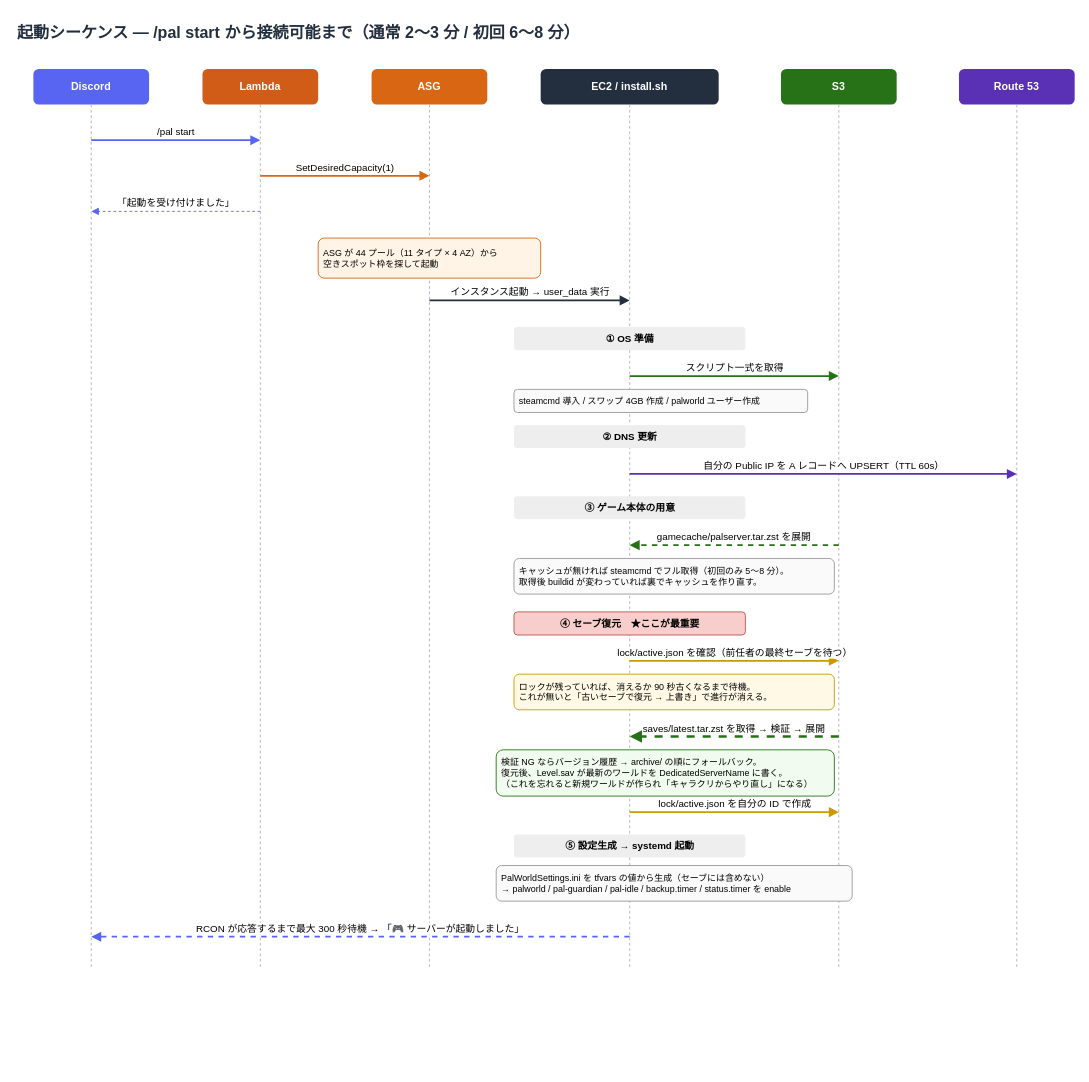
Before: page "起動シーケンス" (1 of 5) of docs/sequence.drawio in azarasi1226/palworld-server, a draw.io diagram. Source tidied: cells renumbered, new cells numbered last; positions are measured from the earlier drawing's top-left corner, leaving out a move shared by most shapes. Both pictures are drawn from the tidied source at 89%, with x=0, y=0 at pixel (15, 15).
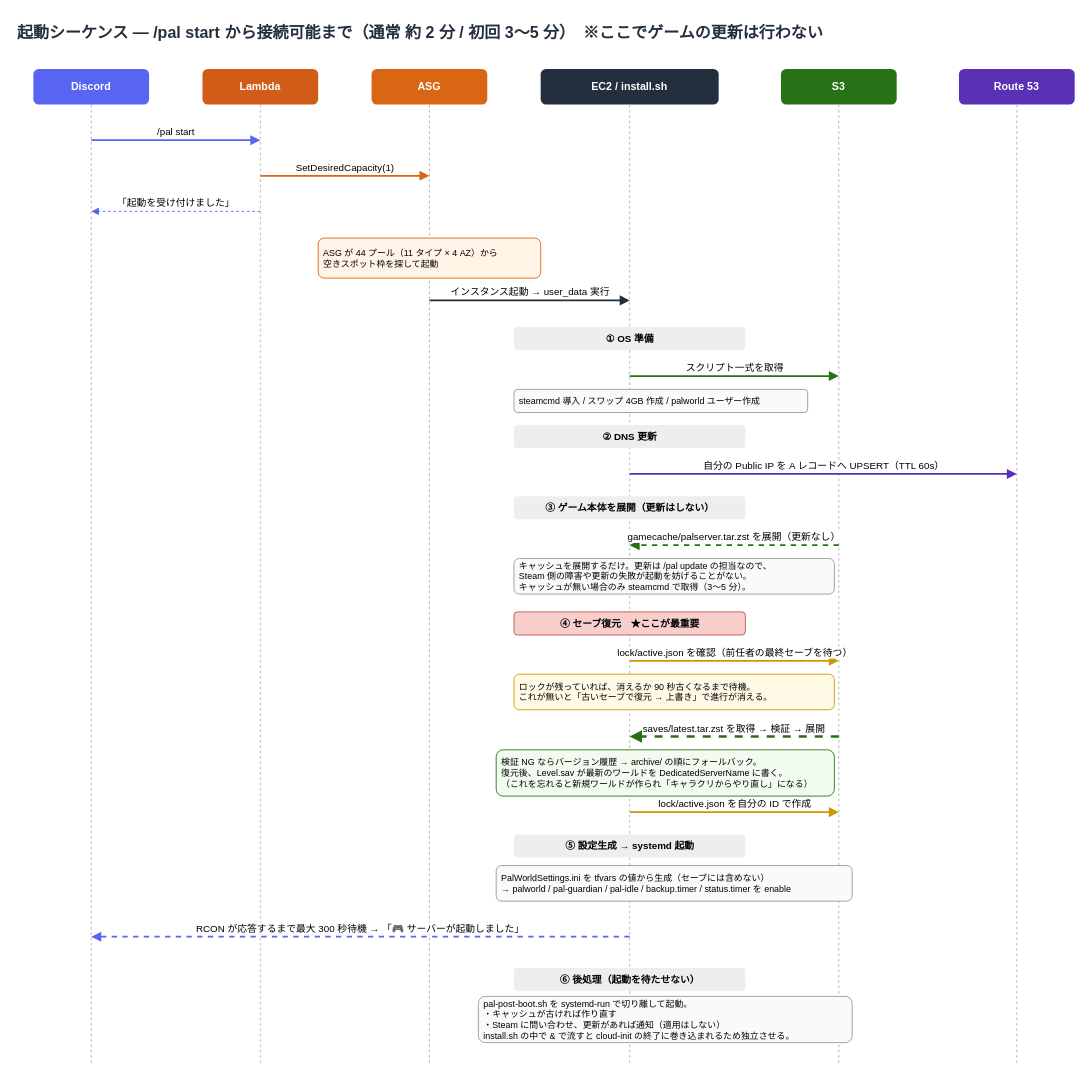
The same page after the edit.

The edit, as a diff of the source:
```diff
@@
-    <mxCell id="2" value="起動シーケンス  ―  /pal start から接続可能まで（通常 2〜3 分 / 初回 6〜8 分）" style="text;html=1;strokeColor=none;fillColor=none;align=left;verticalAlign=middle;fontSize=18;fontStyle=1;fontColor=#232F3E;" parent="1" vertex="1">
+    <mxCell id="2" value="起動シーケンス  ―  /pal start から接続可能まで（通常 約 2 分 / 初回 3〜5 分）　※ここでゲームの更新は行わない" style="text;html=1;strokeColor=none;fillColor=none;align=left;verticalAlign=middle;fontSize=18;fontStyle=1;fontColor=#232F3E;" parent="1" vertex="1">
       <mxGeometry width="900" height="40" as="geometry" />
     </mxCell>
@@
     <mxCell id="9" style="endArrow=none;dashed=1;html=1;strokeColor=#B0B0B0;" parent="1" edge="1">
       <mxGeometry relative="1" as="geometry">
         <mxPoint x="85" y="100" as="sourcePoint" />
-        <mxPoint x="85" y="1070" as="targetPoint" />
+        <mxPoint x="85" y="1180" as="targetPoint" />
       </mxGeometry>
     </mxCell>
     <mxCell id="10" style="endArrow=none;dashed=1;html=1;strokeColor=#B0B0B0;" parent="1" edge="1">
       <mxGeometry relative="1" as="geometry">
         <mxPoint x="275" y="100" as="sourcePoint" />
-        <mxPoint x="275" y="1070" as="targetPoint" />
+        <mxPoint x="275" y="1180" as="targetPoint" />
       </mxGeometry>
     </mxCell>
     <mxCell id="11" style="endArrow=none;dashed=1;html=1;strokeColor=#B0B0B0;" parent="1" edge="1">
       <mxGeometry relative="1" as="geometry">
         <mxPoint x="465" y="100" as="sourcePoint" />
-        <mxPoint x="465" y="1070" as="targetPoint" />
+        <mxPoint x="465" y="1180" as="targetPoint" />
       </mxGeometry>
     </mxCell>
     <mxCell id="12" style="endArrow=none;dashed=1;html=1;strokeColor=#B0B0B0;" parent="1" edge="1">
       <mxGeometry relative="1" as="geometry">
         <mxPoint x="690" y="100" as="sourcePoint" />
-        <mxPoint x="690" y="1070" as="targetPoint" />
+        <mxPoint x="690" y="1180" as="targetPoint" />
       </mxGeometry>
     </mxCell>
     <mxCell id="13" style="endArrow=none;dashed=1;html=1;strokeColor=#B0B0B0;" parent="1" edge="1">
       <mxGeometry relative="1" as="geometry">
         <mxPoint x="925" y="100" as="sourcePoint" />
-        <mxPoint x="925" y="1070" as="targetPoint" />
+        <mxPoint x="925" y="1180" as="targetPoint" />
       </mxGeometry>
     </mxCell>
     <mxCell id="14" style="endArrow=none;dashed=1;html=1;strokeColor=#B0B0B0;" parent="1" edge="1">
       <mxGeometry relative="1" as="geometry">
         <mxPoint x="1125" y="100" as="sourcePoint" />
-        <mxPoint x="1125" y="1070" as="targetPoint" />
+        <mxPoint x="1125" y="1180" as="targetPoint" />
       </mxGeometry>
     </mxCell>
@@
-    <mxCell id="25" value="③ ゲーム本体の用意" style="text;html=1;strokeColor=none;fillColor=#EEEEEE;align=center;verticalAlign=middle;rounded=1;fontSize=11;fontStyle=1;" parent="1" vertex="1">
+    <mxCell id="25" value="③ ゲーム本体を展開（更新はしない）" style="text;html=1;strokeColor=none;fillColor=#EEEEEE;align=center;verticalAlign=middle;rounded=1;fontSize=11;fontStyle=1;" parent="1" vertex="1">
       <mxGeometry x="560" y="540" width="260" height="26" as="geometry" />
     </mxCell>
-    <mxCell id="26" value="gamecache/palserver.tar.zst を展開" style="html=1;verticalAlign=bottom;endArrow=block;dashed=1;strokeColor=#277116;strokeWidth=2;fontSize=11;" parent="1" edge="1">
+    <mxCell id="26" value="gamecache/palserver.tar.zst を展開（更新なし）" style="html=1;verticalAlign=bottom;endArrow=block;dashed=1;strokeColor=#277116;strokeWidth=2;fontSize=11;" parent="1" edge="1">
       <mxGeometry relative="1" as="geometry">
         <mxPoint x="925" y="595" as="sourcePoint" />
         <mxPoint x="690" y="595" as="targetPoint" />
       </mxGeometry>
     </mxCell>
-    <mxCell id="27" value="キャッシュが無ければ steamcmd でフル取得（初回のみ 5〜8 分）。&#10;取得後 buildid が変わっていれば裏でキャッシュを作り直す。" style="text;html=1;strokeColor=#999999;fillColor=#FAFAFA;align=left;verticalAlign=middle;rounded=1;fontSize=10;spacing=6;" parent="1" vertex="1">
+    <mxCell id="27" value="キャッシュを展開するだけ。更新は /pal update の担当なので、&#10;Steam 側の障害や更新の失敗が起動を妨げることがない。&#10;キャッシュが無い場合のみ steamcmd で取得（3〜5 分）。" style="text;html=1;strokeColor=#999999;fillColor=#FAFAFA;align=left;verticalAlign=middle;rounded=1;fontSize=10;spacing=6;" parent="1" vertex="1">
       <mxGeometry x="560" y="610" width="360" height="40" as="geometry" />
     </mxCell>
@@
+    <mxCell id="37" value="⑥ 後処理（起動を待たせない）" style="text;html=1;strokeColor=none;fillColor=#EEEEEE;align=center;verticalAlign=middle;rounded=1;fontSize=11;fontStyle=1;" parent="1" vertex="1">
+      <mxGeometry x="560" y="1070" width="260" height="26" as="geometry" />
+    </mxCell>
+    <mxCell id="38" value="pal-post-boot.sh を systemd-run で切り離して起動。&#10;・キャッシュが古ければ作り直す&#10;・Steam に問い合わせ、更新があれば通知（適用はしない）&#10;install.sh の中で &amp; で流すと cloud-init の終了に巻き込まれるため独立させる。" style="text;html=1;strokeColor=#999999;fillColor=#FAFAFA;align=left;verticalAlign=middle;rounded=1;fontSize=10;spacing=6;" parent="1" vertex="1">
+      <mxGeometry x="520" y="1102" width="420" height="52" as="geometry" />
+    </mxCell>
```
